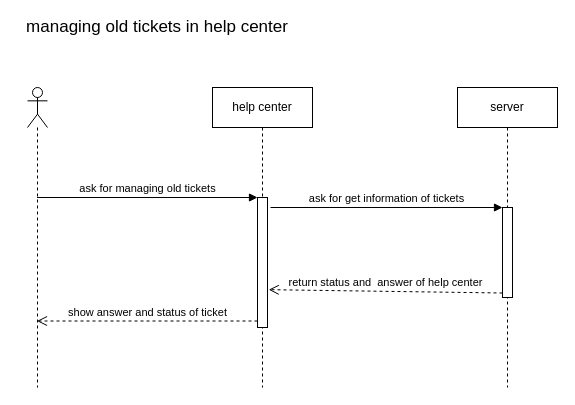
Above: Behavioral Modeling/SequenceDiagram/old-ticket-helpCenter.drawio in kargaranamir/Travelink (draw.io), before the change. Source tidied: cells renumbered, new cells numbered last; positions are measured from the earlier drawing's top-left corner, leaving out a move shared by most shapes. Both pictures are drawn from the tidied source at 100%, with x=0, y=0 at pixel (17, 17).
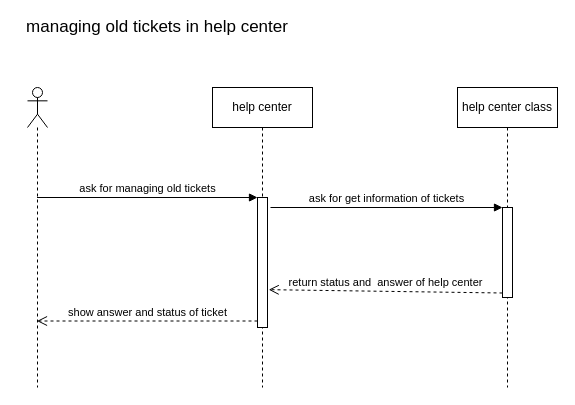
The same diagram, later.

Diff of the diagram source:
```diff
@@
 <mxGraphModel>
   <root>
     <mxCell id="0" />
     <mxCell id="1" parent="0" />
     <mxCell id="2" style="shape=umlLifeline;participant=umlActor;perimeter=lifelinePerimeter;whiteSpace=wrap;html=1;verticalAlign=top;spacingTop=36;labelBackgroundColor=#ffffff;outlineConnect=0;" parent="1" vertex="1">
       <mxGeometry x="10" y="70" width="20" height="300" as="geometry" />
     </mxCell>
     <mxCell id="3" value="help center" style="shape=umlLifeline;perimeter=lifelinePerimeter;whiteSpace=wrap;html=1;" parent="1" vertex="1">
       <mxGeometry x="195" y="70" width="100" height="300" as="geometry" />
     </mxCell>
     <mxCell id="4" style="html=1;points=[];perimeter=orthogonalPerimeter;" parent="3" vertex="1">
       <mxGeometry x="45" y="110" width="10" height="130" as="geometry" />
     </mxCell>
-    <mxCell id="5" value="server" style="shape=umlLifeline;perimeter=lifelinePerimeter;whiteSpace=wrap;html=1;" parent="1" vertex="1">
+    <mxCell id="5" value="help center class" style="shape=umlLifeline;perimeter=lifelinePerimeter;whiteSpace=wrap;html=1;" parent="1" vertex="1">
       <mxGeometry x="440" y="70" width="100" height="300" as="geometry" />
     </mxCell>
     <mxCell id="6" style="html=1;points=[];perimeter=orthogonalPerimeter;" parent="5" vertex="1">
       <mxGeometry x="45" y="120" width="10" height="90" as="geometry" />
     </mxCell>
     <mxCell id="7" value="ask for managing old tickets" style="html=1;verticalAlign=bottom;endArrow=block;entryX=0;entryY=0;" parent="1" edge="1" source="2" target="4">
       <mxGeometry relative="1" as="geometry" />
     </mxCell>
     <mxCell id="8" value="show answer and status of ticket" style="html=1;verticalAlign=bottom;endArrow=open;dashed=1;endSize=8;exitX=0;exitY=0.95;" parent="1" edge="1" source="4" target="2">
       <mxGeometry relative="1" as="geometry" />
     </mxCell>
     <mxCell id="9" value="ask for get information of tickets" style="html=1;verticalAlign=bottom;endArrow=block;entryX=0;entryY=0;" parent="1" edge="1" target="6">
       <mxGeometry relative="1" as="geometry">
         <mxPoint x="253" y="190" as="sourcePoint" />
       </mxGeometry>
     </mxCell>
     <mxCell id="10" value="return status and &amp;nbsp;answer of help center" style="html=1;verticalAlign=bottom;endArrow=open;dashed=1;endSize=8;exitX=0;exitY=0.95;entryX=1.12;entryY=0.709;entryDx=0;entryDy=0;entryPerimeter=0;" parent="1" edge="1" source="6" target="4">
       <mxGeometry relative="1" as="geometry" />
     </mxCell>
     <mxCell id="11" value="&lt;font style=&quot;font-size: 17px&quot;&gt;managing old tickets in help center&lt;/font&gt;" style="text;html=1;strokeColor=none;fillColor=none;align=center;verticalAlign=middle;whiteSpace=wrap;rounded=0;" parent="1" vertex="1">
       <mxGeometry width="280" height="20" as="geometry" />
     </mxCell>
   </root>
 </mxGraphModel>
```
